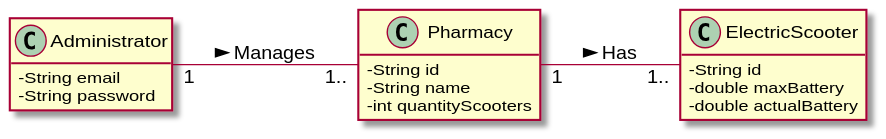
This is Documents/UC9/UC9_MD.svg from 1190452/LAPR3, a PlantUML export, as it was before one commit.
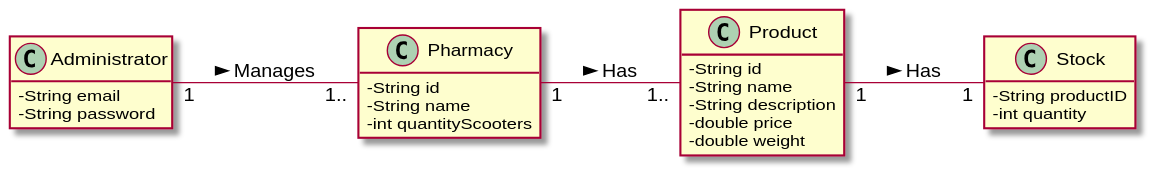
The same diagram one commit later.

Diff of the diagram source:
```diff
@@ -3,12 +3,10 @@
 hide methods
 left to right direction
 
-
 class Administrator {
   -String email
   -String password
 }
-
 
 class Pharmacy {
   -String id
@@ -16,16 +14,20 @@
   -int quantityScooters
   }
 
-class ElectricScooter {
+class Stock {
+  -String productID
+  -int quantity
+}
+
+class Product {
   -String id
-  -double maxBattery
-  -double actualBattery
-  }
+  -String name
+  -String description
+  -double price
+  -double weight
+}
 
-
-
-Pharmacy "1" -- "1.." ElectricScooter: Has >
-
-
+Pharmacy "1" -- "1.." Product: Has >
+Product "1" -- "1" Stock: Has >
 Administrator "1" -- "1.." Pharmacy: Manages >
 @enduml
```
